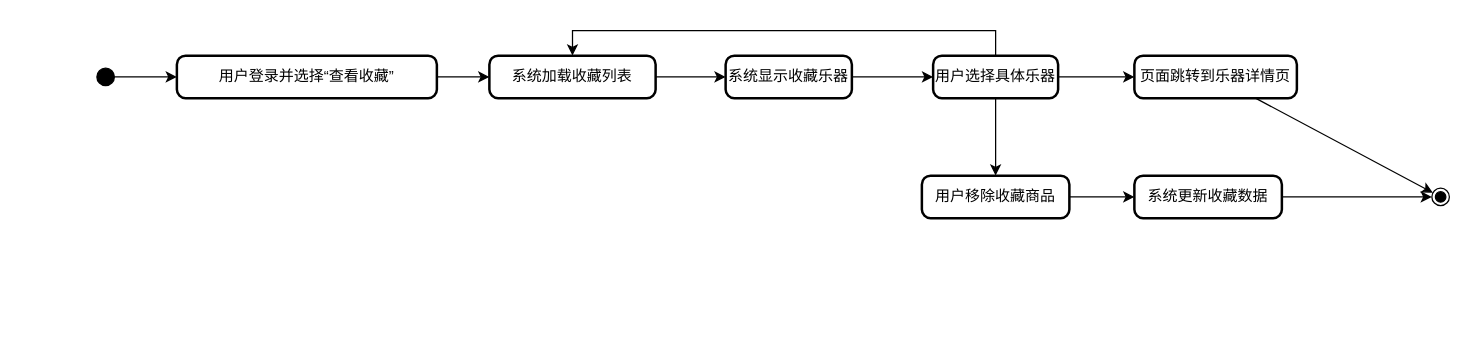
w1ntercube/TJ-SE-Design keeps this draw.io diagram as page "行为建模" (2 of 2) of 文档/需求分析规约文档/三种建模/18查看乐器收藏用例建模.drawio. Above is the earlier version. Source tidied: cells renumbered, new cells numbered last; positions are measured from the earlier drawing's top-left corner, leaving out a move shared by most shapes. Both pictures are drawn from the tidied source at 125%, with x=0, y=0 at pixel (96, 55).
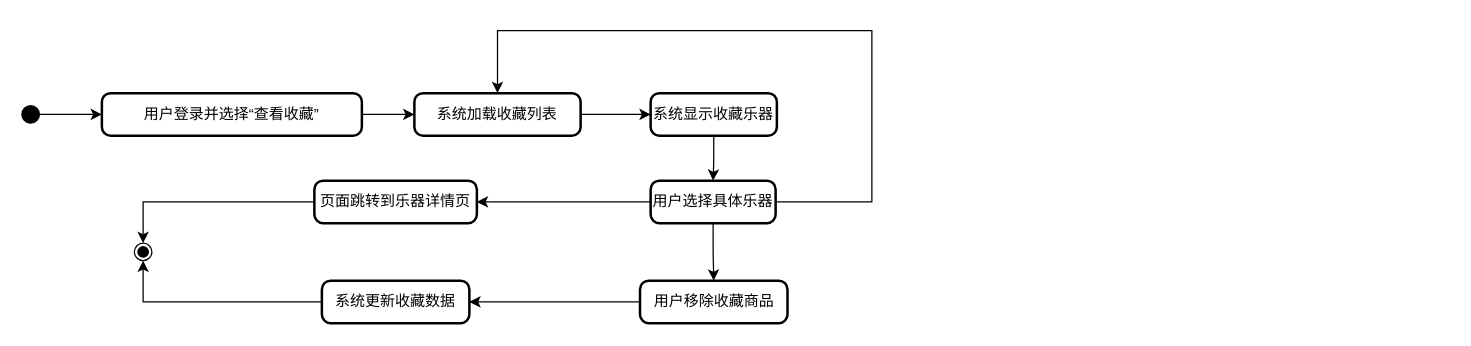
The same diagram, later.

Diff of the diagram source:
```diff
@@
     <mxCell id="2" style="ellipse;fillColor=strokeColor;" parent="1" vertex="1">
-      <mxGeometry y="10" width="14" height="14" as="geometry" />
+      <mxGeometry x="-60" y="40" width="14" height="14" as="geometry" />
     </mxCell>
     <mxCell id="3" value="用户登录并选择“查看收藏”" style="rounded=1;absoluteArcSize=1;arcSize=14;whiteSpace=wrap;strokeWidth=2;" parent="1" vertex="1">
-      <mxGeometry x="64" width="208" height="34" as="geometry" />
+      <mxGeometry x="4" y="30" width="208" height="34" as="geometry" />
     </mxCell>
     <mxCell id="4" value="系统加载收藏列表" style="rounded=1;absoluteArcSize=1;arcSize=14;whiteSpace=wrap;strokeWidth=2;" parent="1" vertex="1">
-      <mxGeometry x="314" width="133" height="34" as="geometry" />
+      <mxGeometry x="254" y="30" width="133" height="34" as="geometry" />
     </mxCell>
-    <mxCell id="5" style="edgeStyle=orthogonalEdgeStyle;rounded=0;jettySize=auto;html=1;exitX=1;exitY=0.5;exitDx=0;exitDy=0;" parent="1" edge="1" source="6" target="10">
+    <mxCell id="5" style="edgeStyle=orthogonalEdgeStyle;rounded=0;jettySize=auto;html=1;exitX=0.5;exitY=1;exitDx=0;exitDy=0;" parent="1" edge="1" source="6" target="10">
       <mxGeometry relative="1" as="geometry" />
     </mxCell>
     <mxCell id="6" value="系统显示收藏乐器" style="rounded=1;absoluteArcSize=1;arcSize=14;whiteSpace=wrap;strokeWidth=2;" parent="1" vertex="1">
-      <mxGeometry x="503" width="101" height="34" as="geometry" />
+      <mxGeometry x="443" y="30" width="101" height="34" as="geometry" />
     </mxCell>
-    <mxCell id="7" style="edgeStyle=orthogonalEdgeStyle;rounded=0;jettySize=auto;html=1;exitX=0.5;exitY=0;exitDx=0;exitDy=0;entryX=0.5;entryY=0;entryDx=0;entryDy=0;" parent="1" edge="1" source="10" target="4">
-      <mxGeometry relative="1" as="geometry" />
+    <mxCell id="7" style="edgeStyle=orthogonalEdgeStyle;rounded=0;jettySize=auto;html=1;exitX=1;exitY=0.5;exitDx=0;exitDy=0;entryX=0.5;entryY=0;entryDx=0;entryDy=0;" parent="1" edge="1" source="10" target="4">
+      <mxGeometry relative="1" as="geometry">
+        <Array as="points">
+          <mxPoint x="620" y="117" />
+          <mxPoint x="620" y="-20" />
+          <mxPoint x="320" y="-20" />
+        </Array>
+      </mxGeometry>
     </mxCell>
+    <mxCell id="9" style="edgeStyle=orthogonalEdgeStyle;rounded=0;jettySize=auto;html=1;exitX=0.5;exitY=1;exitDx=0;exitDy=0;entryX=0.5;entryY=0;entryDx=0;entryDy=0;" parent="1" edge="1" source="10" target="16">
+      <mxGeometry relative="1" as="geometry" />
+    </mxCell>
@@
-    <mxCell id="9" style="edgeStyle=orthogonalEdgeStyle;rounded=0;jettySize=auto;html=1;exitX=0.5;exitY=1;exitDx=0;exitDy=0;entryX=0.5;entryY=0;entryDx=0;entryDy=0;" parent="1" edge="1" source="10" target="16">
-      <mxGeometry relative="1" as="geometry" />
-    </mxCell>
     <mxCell id="10" value="用户选择具体乐器" style="rounded=1;absoluteArcSize=1;arcSize=14;whiteSpace=wrap;strokeWidth=2;" parent="1" vertex="1">
-      <mxGeometry x="669" width="100" height="34" as="geometry" />
+      <mxGeometry x="443" y="100" width="100" height="34" as="geometry" />
     </mxCell>
@@
+    <mxCell id="19" style="edgeStyle=orthogonalEdgeStyle;rounded=0;jettySize=auto;html=1;entryX=0.5;entryY=0;entryDx=0;entryDy=0;" parent="1" edge="1" source="14" target="18">
+      <mxGeometry relative="1" as="geometry" />
+    </mxCell>
     <mxCell id="14" value="页面跳转到乐器详情页" style="rounded=1;absoluteArcSize=1;arcSize=14;whiteSpace=wrap;strokeWidth=2;" parent="1" vertex="1">
-      <mxGeometry x="830" width="130" height="34" as="geometry" />
+      <mxGeometry x="174" y="100" width="130" height="34" as="geometry" />
     </mxCell>
-    <mxCell id="15" style="edgeStyle=orthogonalEdgeStyle;rounded=0;jettySize=auto;html=1;exitX=1;exitY=0.5;exitDx=0;exitDy=0;entryX=0;entryY=0.5;entryDx=0;entryDy=0;" parent="1" edge="1" source="16" target="17">
+    <mxCell id="15" style="edgeStyle=orthogonalEdgeStyle;rounded=0;jettySize=auto;html=1;" parent="1" edge="1" source="16" target="17">
       <mxGeometry relative="1" as="geometry" />
     </mxCell>
     <mxCell id="16" value="用户移除收藏商品" style="rounded=1;absoluteArcSize=1;arcSize=14;whiteSpace=wrap;strokeWidth=2;" parent="1" vertex="1">
-      <mxGeometry x="660" y="96" width="118" height="34" as="geometry" />
+      <mxGeometry x="434.5" y="180" width="118" height="34" as="geometry" />
     </mxCell>
+    <mxCell id="20" style="edgeStyle=orthogonalEdgeStyle;rounded=0;jettySize=auto;html=1;entryX=0.5;entryY=1;entryDx=0;entryDy=0;" parent="1" edge="1" source="17" target="18">
+      <mxGeometry relative="1" as="geometry" />
+    </mxCell>
     <mxCell id="17" value="系统更新收藏数据" style="rounded=1;absoluteArcSize=1;arcSize=14;whiteSpace=wrap;strokeWidth=2;" parent="1" vertex="1">
-      <mxGeometry x="830" y="96" width="118" height="34" as="geometry" />
+      <mxGeometry x="180" y="180" width="118" height="34" as="geometry" />
     </mxCell>
     <mxCell id="18" style="ellipse;shape=endState;fillColor=strokeColor;" parent="1" vertex="1">
-      <mxGeometry x="1068" y="106" width="14" height="14" as="geometry" />
+      <mxGeometry x="30" y="150" width="14" height="14" as="geometry" />
     </mxCell>
-    <mxCell id="19" style="curved=1;startArrow=none;rounded=0;" parent="1" edge="1" source="14" target="18">
-      <mxGeometry relative="1" as="geometry" />
-    </mxCell>
-    <mxCell id="20" style="edgeStyle=orthogonalEdgeStyle;rounded=0;jettySize=auto;html=1;exitX=1;exitY=0.5;exitDx=0;exitDy=0;" parent="1" edge="1" source="17" target="18">
-      <mxGeometry relative="1" as="geometry" />
-    </mxCell>
```
